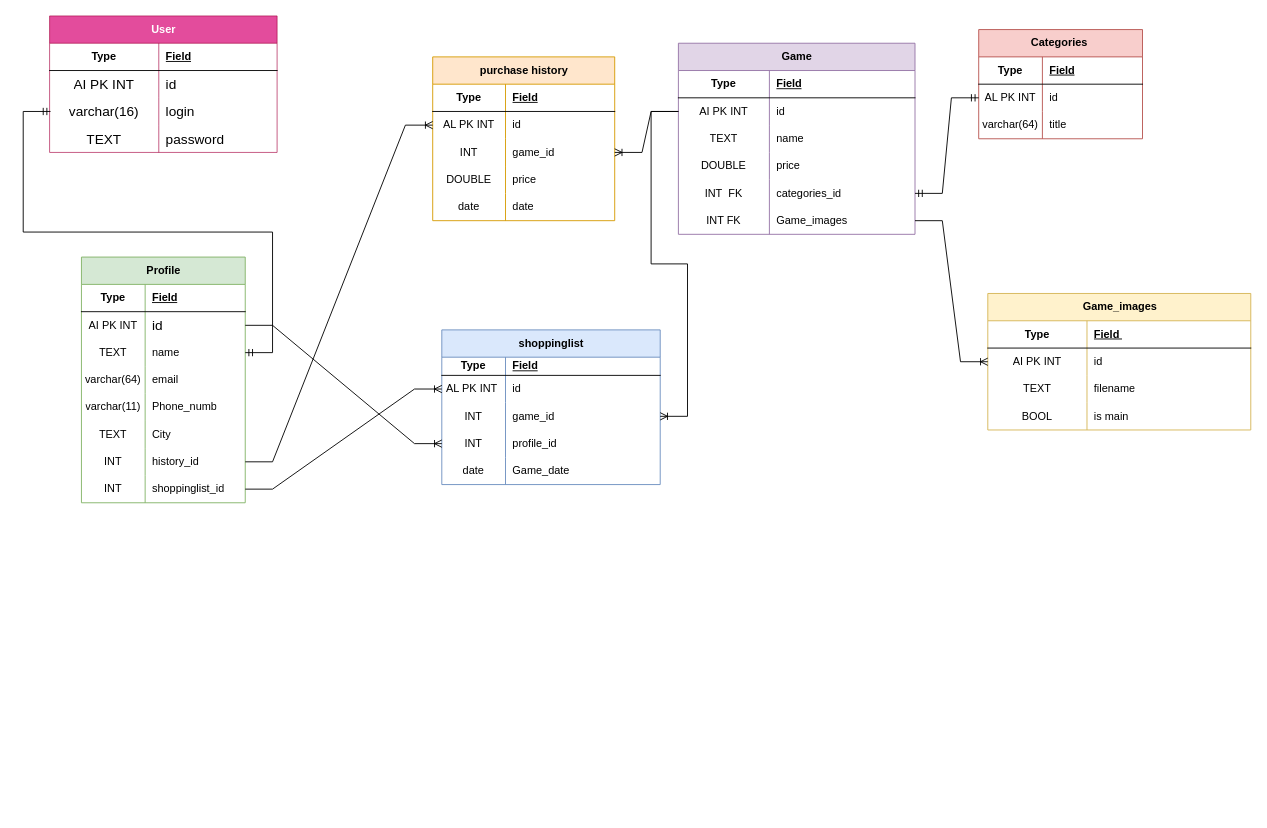
Before: Диаграмма без названия.drawio in david371k/7.09.23, a draw.io diagram. Source tidied: cells renumbered, new cells numbered last; positions are measured from the earlier drawing's top-left corner, leaving out a move shared by most shapes. Both pictures are drawn from the tidied source at 91%, with x=0, y=0 at pixel (-924, 15).
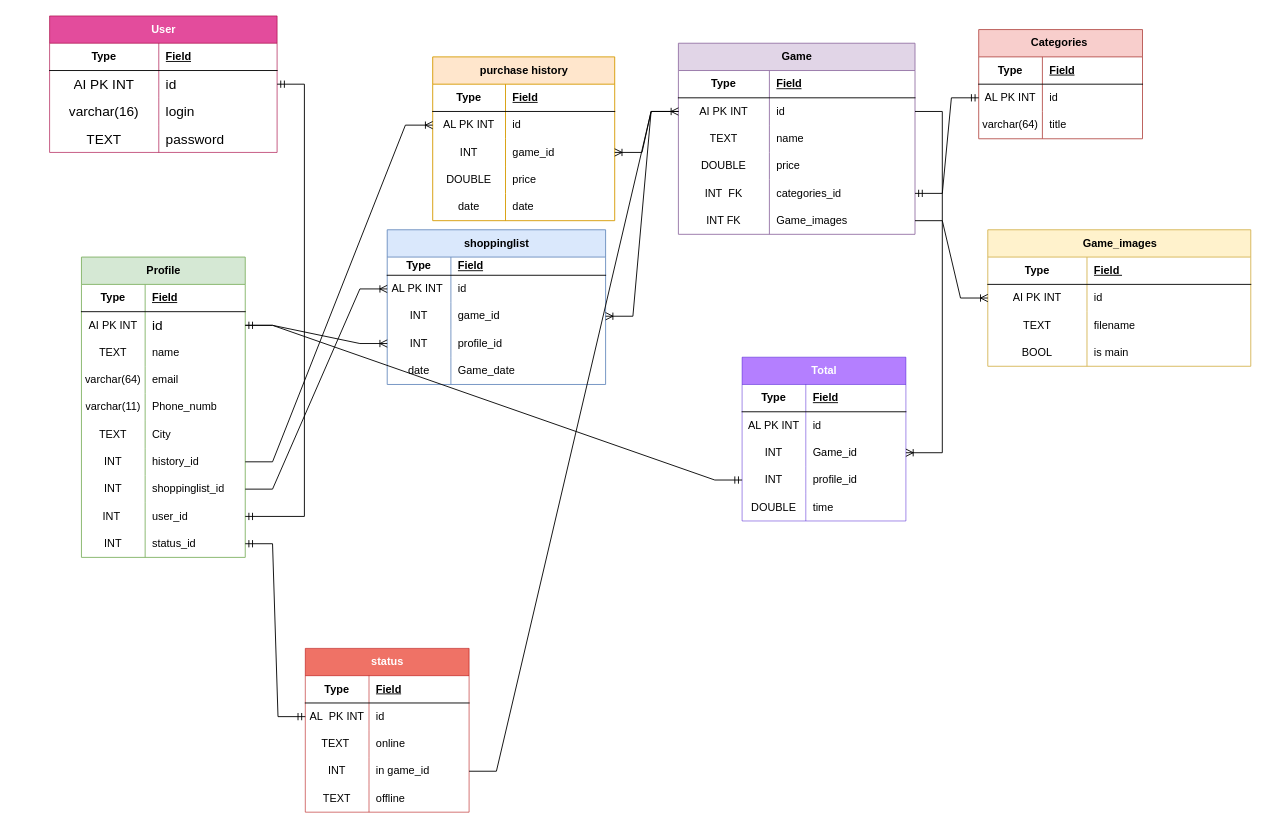
Above is the later version.

Unchanged cells that the change refers to:
```xml
<mxCell id="6" style="shape=tableRow;horizontal=0;startSize=0;swimlaneHead=0;swimlaneBody=0;fillColor=none;points=[[0,0.5],[1,0.5]];portConstraint=eastwest;top=0;left=0;right=0;bottom=0;" parent="2" vertex="1">
  <mxGeometry y="60" width="250" height="30" as="geometry" />
</mxCell>
<mxCell id="19" style="shape=tableRow;horizontal=0;startSize=0;swimlaneHead=0;swimlaneBody=0;fillColor=none;points=[[0,0.5],[1,0.5]];portConstraint=eastwest;top=0;left=0;right=0;bottom=0;" parent="15" vertex="1">
  <mxGeometry y="60" width="180" height="30" as="geometry" />
</mxCell>
<mxCell id="22" style="shape=tableRow;horizontal=0;startSize=0;swimlaneHead=0;swimlaneBody=0;fillColor=none;points=[[0,0.5],[1,0.5]];portConstraint=eastwest;top=0;left=0;right=0;bottom=0;" parent="15" vertex="1">
  <mxGeometry y="90" width="180" height="30" as="geometry" />
</mxCell>
<mxCell id="45" style="shape=tableRow;horizontal=0;startSize=0;swimlaneHead=0;swimlaneBody=0;fillColor=none;points=[[0,0.5],[1,0.5]];portConstraint=eastwest;top=0;left=0;right=0;bottom=0;" parent="41" vertex="1">
  <mxGeometry y="60" width="260" height="30" as="geometry" />
</mxCell>
```

Diff of the diagram source:
```diff
@@
     <mxCell id="15" value="Profile" style="shape=table;startSize=30;childLayout=tableLayout;rowLines=0;fontStyle=1;align=center;html=1;fillColor=#d5e8d4;strokeColor=#82b366;" parent="1" vertex="1">
-      <mxGeometry x="1104" y="265" width="180" height="270" as="geometry" />
+      <mxGeometry x="1104" y="265" width="180" height="330" as="geometry" />
     </mxCell>
@@
+    <mxCell id="123" style="shape=tableRow;horizontal=0;startSize=0;swimlaneHead=0;swimlaneBody=0;fillColor=none;points=[[0,0.5],[1,0.5]];portConstraint=eastwest;top=0;left=0;right=0;bottom=0;" parent="15" vertex="1">
+      <mxGeometry y="270" width="180" height="30" as="geometry" />
+    </mxCell>
+    <mxCell id="124" value="INT&amp;nbsp;" style="shape=partialRectangle;fillColor=none;top=0;left=0;bottom=0;right=0;overflow=hidden;whiteSpace=wrap;html=1;" parent="123" vertex="1">
+      <mxGeometry width="70" height="30" as="geometry" />
+    </mxCell>
+    <mxCell id="125" value="user_id" style="shape=partialRectangle;fillColor=none;top=0;left=0;bottom=0;right=0;align=left;spacingLeft=6;overflow=hidden;whiteSpace=wrap;html=1;" parent="123" vertex="1">
+      <mxGeometry x="70" width="110" height="30" as="geometry" />
+    </mxCell>
+    <mxCell id="126" style="shape=tableRow;horizontal=0;startSize=0;swimlaneHead=0;swimlaneBody=0;fillColor=none;points=[[0,0.5],[1,0.5]];portConstraint=eastwest;top=0;left=0;right=0;bottom=0;" parent="15" vertex="1">
+      <mxGeometry y="300" width="180" height="30" as="geometry" />
+    </mxCell>
+    <mxCell id="127" value="INT" style="shape=partialRectangle;fillColor=none;top=0;left=0;bottom=0;right=0;overflow=hidden;whiteSpace=wrap;html=1;" parent="126" vertex="1">
+      <mxGeometry width="70" height="30" as="geometry" />
+    </mxCell>
+    <mxCell id="128" value="status_id" style="shape=partialRectangle;fillColor=none;top=0;left=0;bottom=0;right=0;align=left;spacingLeft=6;overflow=hidden;whiteSpace=wrap;html=1;" parent="126" vertex="1">
+      <mxGeometry x="70" width="110" height="30" as="geometry" />
+    </mxCell>
@@
     <mxCell id="71" value="Game_images" style="shape=table;startSize=30;childLayout=tableLayout;rowLines=0;fontStyle=1;align=center;html=1;fillColor=#fff2cc;strokeColor=#d6b656;" parent="1" vertex="1">
-      <mxGeometry x="2100" y="305" width="289" height="150" as="geometry" />
+      <mxGeometry x="2100" y="235" width="289" height="150" as="geometry" />
     </mxCell>
@@
     <mxCell id="102" value="shoppinglist" style="shape=table;startSize=30;childLayout=tableLayout;rowLines=0;fontStyle=1;align=center;html=1;fillColor=#dae8fc;strokeColor=#6c8ebf;" parent="1" vertex="1">
-      <mxGeometry x="1500" y="345" width="240" height="170" as="geometry" />
+      <mxGeometry x="1440" y="235" width="240" height="170" as="geometry" />
     </mxCell>
@@
-    <mxCell id="119" style="edgeStyle=entityRelationEdgeStyle;fontSize=12;html=1;endArrow=ERmandOne;startArrow=ERmandOne;rounded=0;" parent="1" edge="1" source="22">
-      <mxGeometry relative="1" as="geometry">
-        <mxPoint x="1070" y="105" as="targetPoint" />
-        <Array as="points">
-          <mxPoint x="1064" y="415" />
-          <mxPoint x="1074" y="365" />
-          <mxPoint x="1054" y="425" />
-          <mxPoint x="1040" y="165" />
-          <mxPoint x="1070" y="125" />
-          <mxPoint x="1034" y="445" />
-          <mxPoint x="1040" y="125" />
-          <mxPoint y="135" />
-          <mxPoint x="850" y="305" />
-        </Array>
-      </mxGeometry>
-    </mxCell>
@@
+    <mxCell id="129" style="edgeStyle=entityRelationEdgeStyle;fontSize=12;html=1;endArrow=ERmandOne;startArrow=ERmandOne;rounded=0;exitX=1;exitY=0.5;exitDx=0;exitDy=0;" parent="1" edge="1" source="123" target="6">
+      <mxGeometry relative="1" as="geometry" />
+    </mxCell>
+    <mxCell id="130" value="status" style="shape=table;startSize=30;childLayout=tableLayout;rowLines=0;fontStyle=1;align=center;html=1;fillColor=#e51400;fontColor=#ffffff;strokeColor=#B20000;opacity=60;" parent="1" vertex="1">
+      <mxGeometry x="1350" y="695" width="180" height="180" as="geometry" />
+    </mxCell>
+    <mxCell id="131" style="shape=tableRow;horizontal=0;startSize=0;swimlaneHead=0;swimlaneBody=0;fillColor=none;top=0;left=0;right=0;bottom=1;" parent="130" vertex="1">
+      <mxGeometry y="30" width="180" height="30" as="geometry" />
+    </mxCell>
+    <mxCell id="132" value="Type" style="shape=partialRectangle;fillColor=none;top=0;left=0;bottom=0;right=0;fontStyle=1;overflow=hidden;whiteSpace=wrap;html=1;" parent="131" vertex="1">
+      <mxGeometry width="70" height="30" as="geometry" />
+    </mxCell>
+    <mxCell id="133" value="Field" style="shape=partialRectangle;fillColor=none;top=0;left=0;bottom=0;right=0;align=left;spacingLeft=6;fontStyle=5;overflow=hidden;whiteSpace=wrap;html=1;" parent="131" vertex="1">
+      <mxGeometry x="70" width="110" height="30" as="geometry" />
+    </mxCell>
+    <mxCell id="134" style="shape=tableRow;horizontal=0;startSize=0;swimlaneHead=0;swimlaneBody=0;fillColor=none;points=[[0,0.5],[1,0.5]];portConstraint=eastwest;top=0;left=0;right=0;bottom=0;" parent="130" vertex="1">
+      <mxGeometry y="60" width="180" height="30" as="geometry" />
+    </mxCell>
+    <mxCell id="135" value="AL&amp;nbsp; PK INT" style="shape=partialRectangle;fillColor=none;top=0;left=0;bottom=0;right=0;overflow=hidden;whiteSpace=wrap;html=1;" parent="134" vertex="1">
+      <mxGeometry width="70" height="30" as="geometry" />
+    </mxCell>
+    <mxCell id="136" value="id" style="shape=partialRectangle;fillColor=none;top=0;left=0;bottom=0;right=0;align=left;spacingLeft=6;overflow=hidden;whiteSpace=wrap;html=1;" parent="134" vertex="1">
+      <mxGeometry x="70" width="110" height="30" as="geometry" />
+    </mxCell>
+    <mxCell id="137" style="shape=tableRow;horizontal=0;startSize=0;swimlaneHead=0;swimlaneBody=0;fillColor=none;top=0;left=0;right=0;bottom=0;" parent="130" vertex="1">
+      <mxGeometry y="90" width="180" height="30" as="geometry" />
+    </mxCell>
+    <mxCell id="138" value="TEXT&amp;nbsp;" style="shape=partialRectangle;fillColor=none;top=0;left=0;bottom=0;right=0;overflow=hidden;whiteSpace=wrap;html=1;" parent="137" vertex="1">
+      <mxGeometry width="70" height="30" as="geometry" />
+    </mxCell>
+    <mxCell id="139" value="online" style="shape=partialRectangle;fillColor=none;top=0;left=0;bottom=0;right=0;align=left;spacingLeft=6;overflow=hidden;whiteSpace=wrap;html=1;" parent="137" vertex="1">
+      <mxGeometry x="70" width="110" height="30" as="geometry" />
+    </mxCell>
+    <mxCell id="140" style="shape=tableRow;horizontal=0;startSize=0;swimlaneHead=0;swimlaneBody=0;fillColor=none;points=[[0,0.5],[1,0.5]];portConstraint=eastwest;top=0;left=0;right=0;bottom=0;" parent="130" vertex="1">
+      <mxGeometry y="120" width="180" height="30" as="geometry" />
+    </mxCell>
+    <mxCell id="141" value="INT" style="shape=partialRectangle;fillColor=none;top=0;left=0;bottom=0;right=0;overflow=hidden;whiteSpace=wrap;html=1;" parent="140" vertex="1">
+      <mxGeometry width="70" height="30" as="geometry" />
+    </mxCell>
+    <mxCell id="142" value="in game_id" style="shape=partialRectangle;fillColor=none;top=0;left=0;bottom=0;right=0;align=left;spacingLeft=6;overflow=hidden;whiteSpace=wrap;html=1;" parent="140" vertex="1">
+      <mxGeometry x="70" width="110" height="30" as="geometry" />
+    </mxCell>
+    <mxCell id="143" style="shape=tableRow;horizontal=0;startSize=0;swimlaneHead=0;swimlaneBody=0;fillColor=none;top=0;left=0;right=0;bottom=0;" parent="130" vertex="1">
+      <mxGeometry y="150" width="180" height="30" as="geometry" />
+    </mxCell>
+    <mxCell id="144" value="TEXT" style="shape=partialRectangle;fillColor=none;top=0;left=0;bottom=0;right=0;overflow=hidden;whiteSpace=wrap;html=1;" parent="143" vertex="1">
+      <mxGeometry width="70" height="30" as="geometry" />
+    </mxCell>
+    <mxCell id="145" value="offline" style="shape=partialRectangle;fillColor=none;top=0;left=0;bottom=0;right=0;align=left;spacingLeft=6;overflow=hidden;whiteSpace=wrap;html=1;" parent="143" vertex="1">
+      <mxGeometry x="70" width="110" height="30" as="geometry" />
+    </mxCell>
+    <mxCell id="146" value="Total" style="shape=table;startSize=30;childLayout=tableLayout;rowLines=0;fontStyle=1;align=center;html=1;fillColor=#6a00ff;fontColor=#ffffff;strokeColor=#3700CC;opacity=50;" parent="1" vertex="1">
+      <mxGeometry x="1830" y="375" width="180" height="180" as="geometry" />
+    </mxCell>
+    <mxCell id="147" style="shape=tableRow;horizontal=0;startSize=0;swimlaneHead=0;swimlaneBody=0;fillColor=none;top=0;left=0;right=0;bottom=1;" parent="146" vertex="1">
+      <mxGeometry y="30" width="180" height="30" as="geometry" />
+    </mxCell>
+    <mxCell id="148" value="Type" style="shape=partialRectangle;fillColor=none;top=0;left=0;bottom=0;right=0;fontStyle=1;overflow=hidden;whiteSpace=wrap;html=1;" parent="147" vertex="1">
+      <mxGeometry width="70" height="30" as="geometry" />
+    </mxCell>
+    <mxCell id="149" value="Field" style="shape=partialRectangle;fillColor=none;top=0;left=0;bottom=0;right=0;align=left;spacingLeft=6;fontStyle=5;overflow=hidden;whiteSpace=wrap;html=1;" parent="147" vertex="1">
+      <mxGeometry x="70" width="110" height="30" as="geometry" />
+    </mxCell>
+    <mxCell id="150" style="shape=tableRow;horizontal=0;startSize=0;swimlaneHead=0;swimlaneBody=0;fillColor=none;top=0;left=0;right=0;bottom=0;" parent="146" vertex="1">
+      <mxGeometry y="60" width="180" height="30" as="geometry" />
+    </mxCell>
+    <mxCell id="151" value="AL PK INT" style="shape=partialRectangle;fillColor=none;top=0;left=0;bottom=0;right=0;overflow=hidden;whiteSpace=wrap;html=1;" parent="150" vertex="1">
+      <mxGeometry width="70" height="30" as="geometry" />
+    </mxCell>
+    <mxCell id="152" value="id" style="shape=partialRectangle;fillColor=none;top=0;left=0;bottom=0;right=0;align=left;spacingLeft=6;overflow=hidden;whiteSpace=wrap;html=1;" parent="150" vertex="1">
+      <mxGeometry x="70" width="110" height="30" as="geometry" />
+    </mxCell>
+    <mxCell id="153" style="shape=tableRow;horizontal=0;startSize=0;swimlaneHead=0;swimlaneBody=0;fillColor=none;points=[[0,0.5],[1,0.5]];portConstraint=eastwest;top=0;left=0;right=0;bottom=0;" parent="146" vertex="1">
+      <mxGeometry y="90" width="180" height="30" as="geometry" />
+    </mxCell>
+    <mxCell id="154" value="INT" style="shape=partialRectangle;fillColor=none;top=0;left=0;bottom=0;right=0;overflow=hidden;whiteSpace=wrap;html=1;" parent="153" vertex="1">
+      <mxGeometry width="70" height="30" as="geometry" />
+    </mxCell>
+    <mxCell id="155" value="Game_id" style="shape=partialRectangle;fillColor=none;top=0;left=0;bottom=0;right=0;align=left;spacingLeft=6;overflow=hidden;whiteSpace=wrap;html=1;" parent="153" vertex="1">
+      <mxGeometry x="70" width="110" height="30" as="geometry" />
+    </mxCell>
+    <mxCell id="156" style="shape=tableRow;horizontal=0;startSize=0;swimlaneHead=0;swimlaneBody=0;fillColor=none;points=[[0,0.5],[1,0.5]];portConstraint=eastwest;top=0;left=0;right=0;bottom=0;" parent="146" vertex="1">
+      <mxGeometry y="120" width="180" height="30" as="geometry" />
+    </mxCell>
+    <mxCell id="157" value="INT" style="shape=partialRectangle;fillColor=none;top=0;left=0;bottom=0;right=0;overflow=hidden;whiteSpace=wrap;html=1;" parent="156" vertex="1">
+      <mxGeometry width="70" height="30" as="geometry" />
+    </mxCell>
+    <mxCell id="158" value="profile_id" style="shape=partialRectangle;fillColor=none;top=0;left=0;bottom=0;right=0;align=left;spacingLeft=6;overflow=hidden;whiteSpace=wrap;html=1;" parent="156" vertex="1">
+      <mxGeometry x="70" width="110" height="30" as="geometry" />
+    </mxCell>
+    <mxCell id="159" style="shape=tableRow;horizontal=0;startSize=0;swimlaneHead=0;swimlaneBody=0;fillColor=none;top=0;left=0;right=0;bottom=0;" parent="146" vertex="1">
+      <mxGeometry y="150" width="180" height="30" as="geometry" />
+    </mxCell>
+    <mxCell id="160" value="DOUBLE" style="shape=partialRectangle;fillColor=none;top=0;left=0;bottom=0;right=0;overflow=hidden;whiteSpace=wrap;html=1;" parent="159" vertex="1">
+      <mxGeometry width="70" height="30" as="geometry" />
+    </mxCell>
+    <mxCell id="161" value="time" style="shape=partialRectangle;fillColor=none;top=0;left=0;bottom=0;right=0;align=left;spacingLeft=6;overflow=hidden;whiteSpace=wrap;html=1;" parent="159" vertex="1">
+      <mxGeometry x="70" width="110" height="30" as="geometry" />
+    </mxCell>
+    <mxCell id="162" style="edgeStyle=entityRelationEdgeStyle;fontSize=12;html=1;endArrow=ERmandOne;startArrow=ERmandOne;rounded=0;entryX=1;entryY=0.5;entryDx=0;entryDy=0;" parent="1" edge="1" source="134" target="126">
+      <mxGeometry relative="1" as="geometry" />
+    </mxCell>
+    <mxCell id="163" style="edgeStyle=entityRelationEdgeStyle;fontSize=12;html=1;endArrow=ERoneToMany;rounded=0;exitX=1;exitY=0.5;exitDx=0;exitDy=0;entryX=0;entryY=0.5;entryDx=0;entryDy=0;" parent="1" edge="1" source="140" target="45">
+      <mxGeometry relative="1" as="geometry" />
+    </mxCell>
+    <mxCell id="164" style="edgeStyle=entityRelationEdgeStyle;fontSize=12;html=1;endArrow=ERoneToMany;rounded=0;entryX=1;entryY=0.5;entryDx=0;entryDy=0;" parent="1" edge="1" source="45" target="153">
+      <mxGeometry relative="1" as="geometry" />
+    </mxCell>
+    <mxCell id="165" style="edgeStyle=entityRelationEdgeStyle;fontSize=12;html=1;endArrow=ERmandOne;startArrow=ERmandOne;rounded=0;exitX=1;exitY=0.5;exitDx=0;exitDy=0;entryX=0;entryY=0.5;entryDx=0;entryDy=0;" parent="1" edge="1" source="19" target="156">
+      <mxGeometry relative="1" as="geometry" />
+    </mxCell>
```
